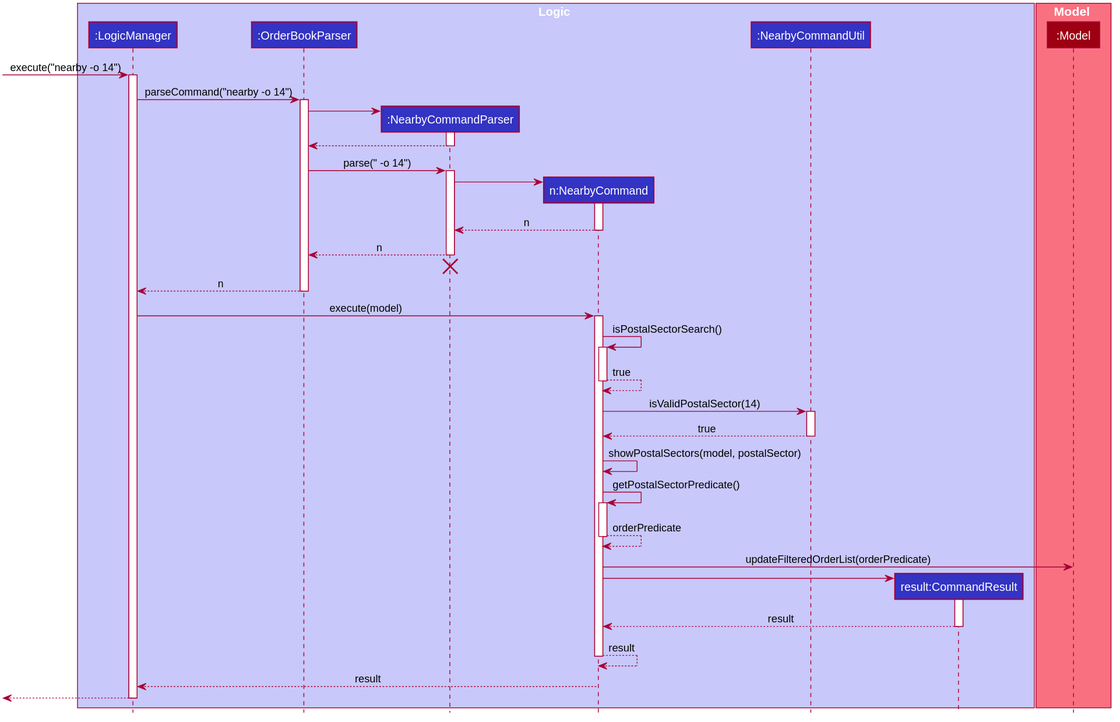
This is images/NearbyCommandSequenceDiagram1.svg from AY1920S2-CS2103T-W12-1/main, a PlantUML export, as it was before one commit. Its diagram source:
```plantuml
@startuml








skinparam BackgroundColor #FFFFFFF

skinparam Shadowing false

skinparam Class {
    FontColor #FFFFFF
    BorderThickness 1
    BorderColor #FFFFFF
    StereotypeFontColor #FFFFFF
    FontName Arial
}

skinparam Actor {
    BorderColor #000000
    Color #000000
    FontName Arial
}

skinparam Sequence {
    MessageAlign center
    BoxFontSize 15
    BoxPadding 0
    BoxFontColor #FFFFFF
    FontName Arial
}

skinparam Participant {
    FontColor #FFFFFFF
    Padding 20
}

skinparam MinClassWidth 50
skinparam ParticipantPadding 10
skinparam Shadowing false
skinparam DefaultTextAlignment center
skinparam packageStyle Rectangle

hide footbox
hide members
hide circle
box Logic #C8C8FA
participant ":LogicManager" as LogicManager #3333C4
participant ":OrderBookParser" as OrderBookParser #3333C4
participant ":NearbyCommandParser" as NearbyCommandParser #3333C4
participant "n:NearbyCommand" as NearbyCommand #3333C4
participant ":NearbyCommandUtil" as NearbyCommandUtil #3333C4
participant "result:CommandResult" as CommandResult #3333C4
end box

box Model #F97181
participant ":Model" as Model #9D0012
end box

[-> LogicManager : execute("nearby -o 14")
activate LogicManager

LogicManager -> OrderBookParser : parseCommand("nearby -o 14")
activate OrderBookParser

create NearbyCommandParser
OrderBookParser -> NearbyCommandParser
activate NearbyCommandParser

NearbyCommandParser --> OrderBookParser
deactivate NearbyCommandParser

OrderBookParser -> NearbyCommandParser : parse(" -o 14")
activate NearbyCommandParser

create NearbyCommand
NearbyCommandParser -> NearbyCommand
activate NearbyCommand

NearbyCommand --> NearbyCommandParser : n
deactivate NearbyCommand

NearbyCommandParser --> OrderBookParser : n
deactivate NearbyCommandParser
NearbyCommandParser -[hidden]-> OrderBookParser
destroy NearbyCommandParser

OrderBookParser --> LogicManager : n
deactivate OrderBookParser

LogicManager -> NearbyCommand : execute(model)
activate NearbyCommand

NearbyCommand -> NearbyCommand: isPostalSectorSearch()
activate NearbyCommand
NearbyCommand --> NearbyCommand: true
deactivate NearbyCommand

NearbyCommand -> NearbyCommandUtil: isValidPostalSector(14)
activate NearbyCommandUtil
NearbyCommandUtil --> NearbyCommand: true
deactivate NearbyCommandUtil

NearbyCommand -> NearbyCommand: showPostalSectors(model, postalSector)

NearbyCommand -> NearbyCommand: getPostalSectorPredicate()
activate NearbyCommand
NearbyCommand --> NearbyCommand: orderPredicate
deactivate NearbyCommand
NearbyCommand -> Model: updateFilteredOrderList(orderPredicate)

create CommandResult
NearbyCommand -> CommandResult
activate CommandResult

CommandResult --> NearbyCommand: result
deactivate CommandResult
NearbyCommand --> NearbyCommand: result
deactivate NearbyCommand

NearbyCommand --> LogicManager : result
deactivate NearbyCommand

[<--LogicManager
deactivate LogicManager
@enduml
```
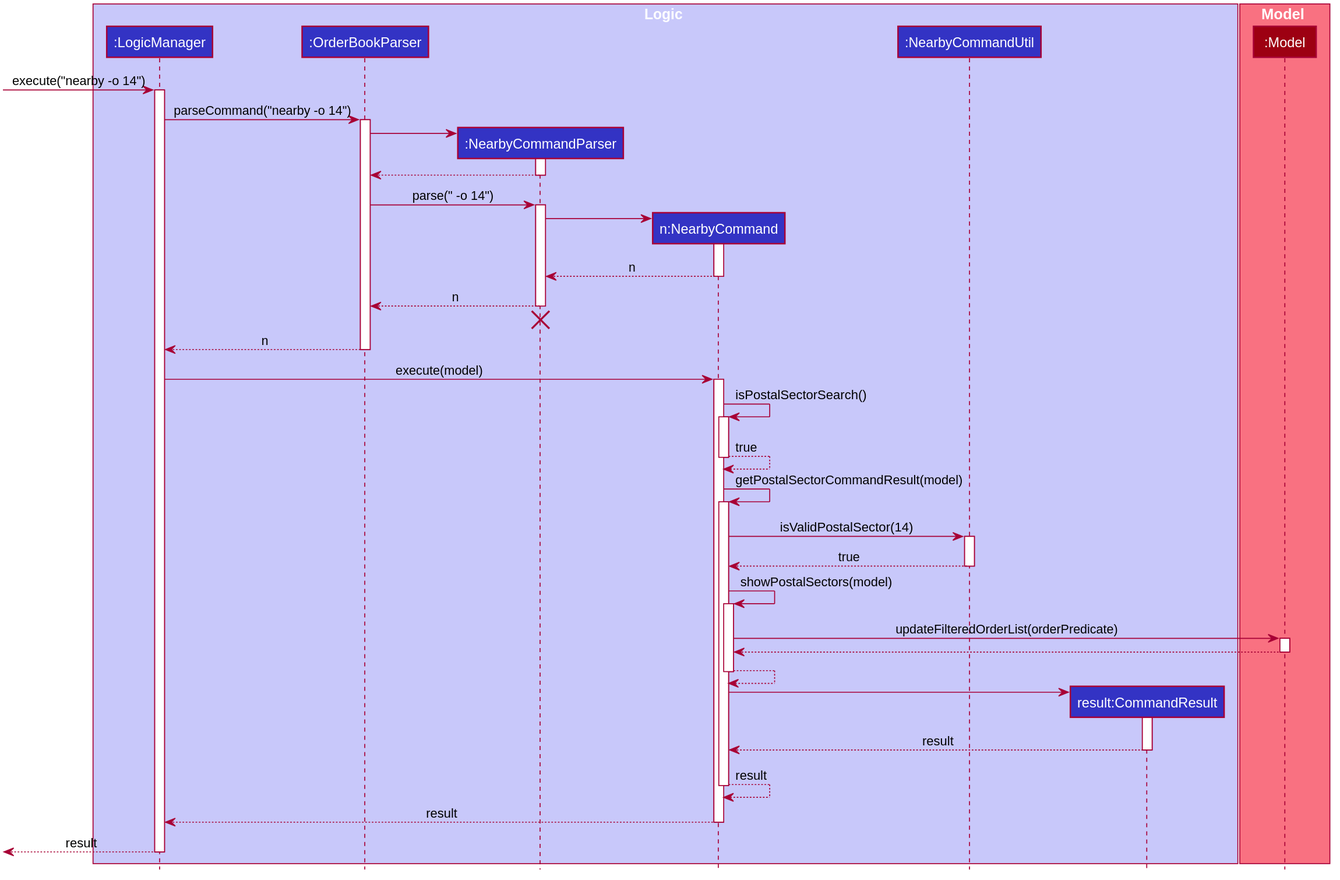
Later version of the same file.

Diff of the diagram source:
```diff
@@ -1,11 +1,4 @@
 @startuml
-
-
-
-
-
-
-
 
 skinparam BackgroundColor #FFFFFFF
 
@@ -99,18 +92,22 @@
 NearbyCommand --> NearbyCommand: true
 deactivate NearbyCommand
 
+NearbyCommand -> NearbyCommand: getPostalSectorCommandResult(model)
+activate NearbyCommand
+
 NearbyCommand -> NearbyCommandUtil: isValidPostalSector(14)
 activate NearbyCommandUtil
 NearbyCommandUtil --> NearbyCommand: true
 deactivate NearbyCommandUtil
 
-NearbyCommand -> NearbyCommand: showPostalSectors(model, postalSector)
-
-NearbyCommand -> NearbyCommand: getPostalSectorPredicate()
+NearbyCommand -> NearbyCommand: showPostalSectors(model)
 activate NearbyCommand
-NearbyCommand --> NearbyCommand: orderPredicate
+NearbyCommand -> Model : updateFilteredOrderList(orderPredicate)
+activate Model
+Model --> NearbyCommand
+deactivate Model
+NearbyCommand --> NearbyCommand:
 deactivate NearbyCommand
-NearbyCommand -> Model: updateFilteredOrderList(orderPredicate)
 
 create CommandResult
 NearbyCommand -> CommandResult
@@ -120,10 +117,9 @@
 deactivate CommandResult
 NearbyCommand --> NearbyCommand: result
 deactivate NearbyCommand
-
 NearbyCommand --> LogicManager : result
 deactivate NearbyCommand
 
-[<--LogicManager
+[<--LogicManager : result
 deactivate LogicManager
 @enduml
```
